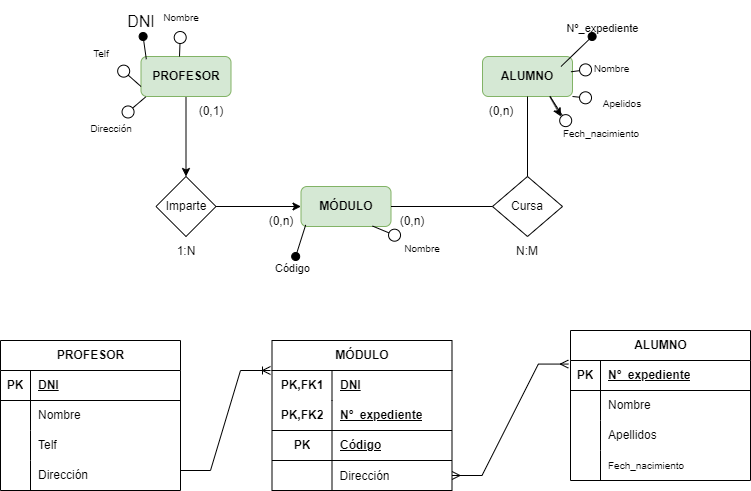
The draw.io diagram Data Base/Exercise1E/R a Relacional.drawio.png in Samue45/1-DAM, before a commit. Source tidied: cells renumbered, new cells last; positions are measured from the earlier drawing's top-left corner, leaving out a move shared by most shapes.
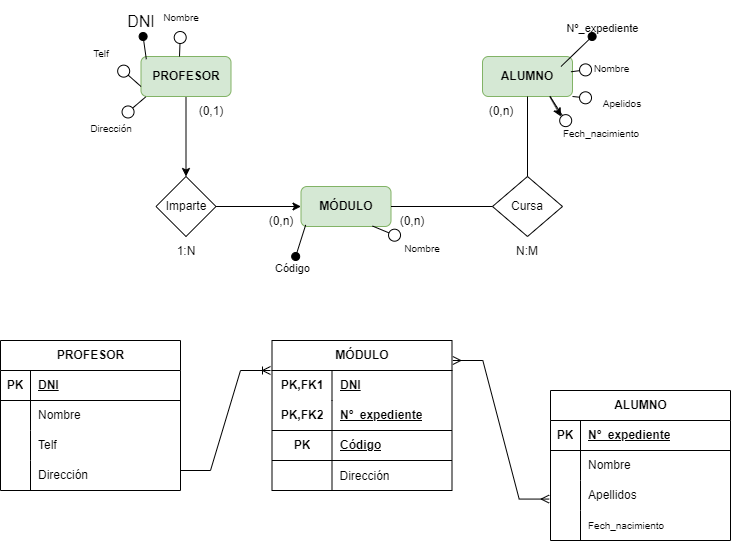
Later version of the same file.

Commit message:
Actualizar Exercise1E/R a Relacional.drawio.png

The edit, as a diff of the source:
```diff
@@ -158,7 +158,7 @@
       <mxGeometry x="30" width="150" height="30" as="geometry" />
     </mxCell>
     <mxCell id="51" value="ALUMNO" style="shape=table;startSize=30;rowLines=0;fontStyle=1;align=center;html=1;" parent="1" vertex="1">
-      <mxGeometry x="570" y="330" width="180" height="150" as="geometry" />
+      <mxGeometry x="550" y="390" width="180" height="150" as="geometry" />
     </mxCell>
     <mxCell id="52" style="shape=tableRow;horizontal=0;startSize=0;swimlaneHead=0;swimlaneBody=0;fillColor=none;points=[[0,0.5],[1,0.5]];portConstraint=eastwest;top=0;left=0;right=0;bottom=1;" parent="51" vertex="1">
       <mxGeometry y="30" width="180" height="30" as="geometry" />
@@ -235,8 +235,11 @@
     <mxCell id="76" value="Dirección" style="shape=partialRectangle;fillColor=none;top=0;left=0;bottom=0;right=0;align=left;spacingLeft=6;overflow=hidden;" parent="74" vertex="1">
       <mxGeometry x="60" width="120" height="30" as="geometry" />
     </mxCell>
-    <mxCell id="77" style="edgeStyle=entityRelationEdgeStyle;fontSize=12;html=1;endArrow=ERmany;startArrow=ERmany;rounded=0;entryX=-0.012;entryY=0.119;entryDx=0;entryDy=0;entryPerimeter=0;exitX=1;exitY=0.5;exitDx=0;exitDy=0;" parent="1" edge="1" source="74" target="52">
-      <mxGeometry relative="1" as="geometry" />
+    <mxCell id="77" style="edgeStyle=entityRelationEdgeStyle;fontSize=12;html=1;endArrow=ERmany;startArrow=ERmany;rounded=0;entryX=-0.012;entryY=0.119;entryDx=0;entryDy=0;entryPerimeter=0;exitX=1;exitY=0.5;exitDx=0;exitDy=0;" parent="1" edge="1">
+      <mxGeometry relative="1" as="geometry">
+        <mxPoint x="452.3" y="360" as="sourcePoint" />
+        <mxPoint x="548.7" y="498.6" as="targetPoint" />
+      </mxGeometry>
     </mxCell>
     <mxCell id="78" style="edgeStyle=entityRelationEdgeStyle;fontSize=12;html=1;endArrow=ERoneToMany;rounded=0;" parent="1" edge="1">
       <mxGeometry relative="1" as="geometry">
```
